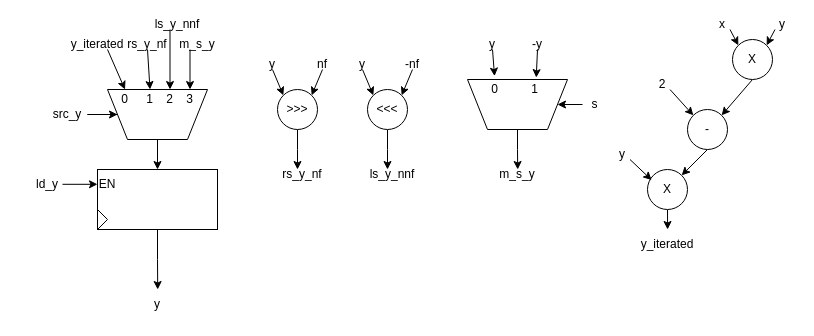
The draw.io diagram DataPath_reg_y.drawio in 0xByteRush/COE302, before the edit. Source tidied: cells renumbered, new cells numbered last; positions are measured from the earlier drawing's top-left corner, leaving out a move shared by most shapes. Both pictures are drawn from the tidied source at 100%, with x=0, y=0 at pixel (17, 19).
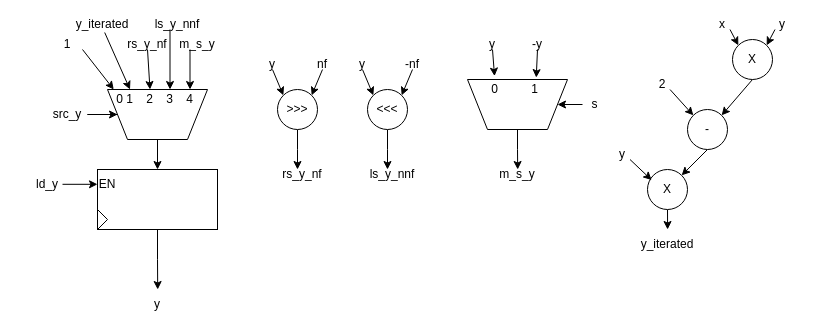
The same diagram, later.

Change to the diagram source:
```diff
@@
-    <mxCell id="13" style="rounded=0;jettySize=auto;html=1;entryX=0.5;entryY=0;entryDx=0;entryDy=0;" parent="1" edge="1" target="14">
-      <mxGeometry relative="1" as="geometry">
-        <mxPoint x="90" y="30" as="sourcePoint" />
-      </mxGeometry>
+    <mxCell id="13" style="rounded=0;jettySize=auto;html=1;entryX=0.5;entryY=0;entryDx=0;entryDy=0;exitX=0.573;exitY=1.3;exitDx=0;exitDy=0;exitPerimeter=0;" parent="1" edge="1" source="64" target="14">
+      <mxGeometry relative="1" as="geometry" />
     </mxCell>
-    <mxCell id="14" value="0" style="text;html=1;whiteSpace=wrap;strokeColor=none;fillColor=none;align=center;verticalAlign=middle;rounded=0;" parent="1" vertex="1">
-      <mxGeometry x="95" y="70" width="25" height="20" as="geometry" />
+    <mxCell id="14" value="1" style="text;html=1;whiteSpace=wrap;strokeColor=none;fillColor=none;align=center;verticalAlign=middle;rounded=0;" parent="1" vertex="1">
+      <mxGeometry x="100" y="70" width="25" height="20" as="geometry" />
     </mxCell>
-    <mxCell id="15" value="1" style="text;html=1;whiteSpace=wrap;strokeColor=none;fillColor=none;align=center;verticalAlign=middle;rounded=0;" parent="1" vertex="1">
+    <mxCell id="15" value="2" style="text;html=1;whiteSpace=wrap;strokeColor=none;fillColor=none;align=center;verticalAlign=middle;rounded=0;" parent="1" vertex="1">
       <mxGeometry x="120" y="70" width="25" height="20" as="geometry" />
     </mxCell>
-    <mxCell id="16" value="2" style="text;html=1;whiteSpace=wrap;strokeColor=none;fillColor=none;align=center;verticalAlign=middle;rounded=0;" parent="1" vertex="1">
+    <mxCell id="16" value="3" style="text;html=1;whiteSpace=wrap;strokeColor=none;fillColor=none;align=center;verticalAlign=middle;rounded=0;" parent="1" vertex="1">
       <mxGeometry x="140" y="70" width="25" height="20" as="geometry" />
     </mxCell>
-    <mxCell id="17" value="3" style="text;html=1;whiteSpace=wrap;strokeColor=none;fillColor=none;align=center;verticalAlign=middle;rounded=0;" parent="1" vertex="1">
+    <mxCell id="17" value="4" style="text;html=1;whiteSpace=wrap;strokeColor=none;fillColor=none;align=center;verticalAlign=middle;rounded=0;" parent="1" vertex="1">
       <mxGeometry x="160" y="70" width="25" height="20" as="geometry" />
     </mxCell>
@@
     <mxCell id="64" value="y_iterated" style="text;html=1;whiteSpace=wrap;strokeColor=none;fillColor=none;align=center;verticalAlign=middle;rounded=0;" parent="1" vertex="1">
-      <mxGeometry x="65" y="20" width="30" height="10" as="geometry" />
+      <mxGeometry x="70" width="30" height="10" as="geometry" />
     </mxCell>
+    <mxCell id="65" value="0" style="text;html=1;whiteSpace=wrap;strokeColor=none;fillColor=none;align=center;verticalAlign=middle;rounded=0;" parent="1" vertex="1">
+      <mxGeometry x="90" y="70" width="25" height="20" as="geometry" />
+    </mxCell>
+    <mxCell id="66" style="rounded=0;jettySize=auto;html=1;exitX=1;exitY=1;exitDx=0;exitDy=0;entryX=0.25;entryY=0;entryDx=0;entryDy=0;" parent="1" edge="1" source="67" target="65">
+      <mxGeometry relative="1" as="geometry" />
+    </mxCell>
+    <mxCell id="67" value="1" style="text;html=1;whiteSpace=wrap;strokeColor=none;fillColor=none;align=center;verticalAlign=middle;rounded=0;" parent="1" vertex="1">
+      <mxGeometry x="35" y="20" width="30" height="10" as="geometry" />
+    </mxCell>
```
